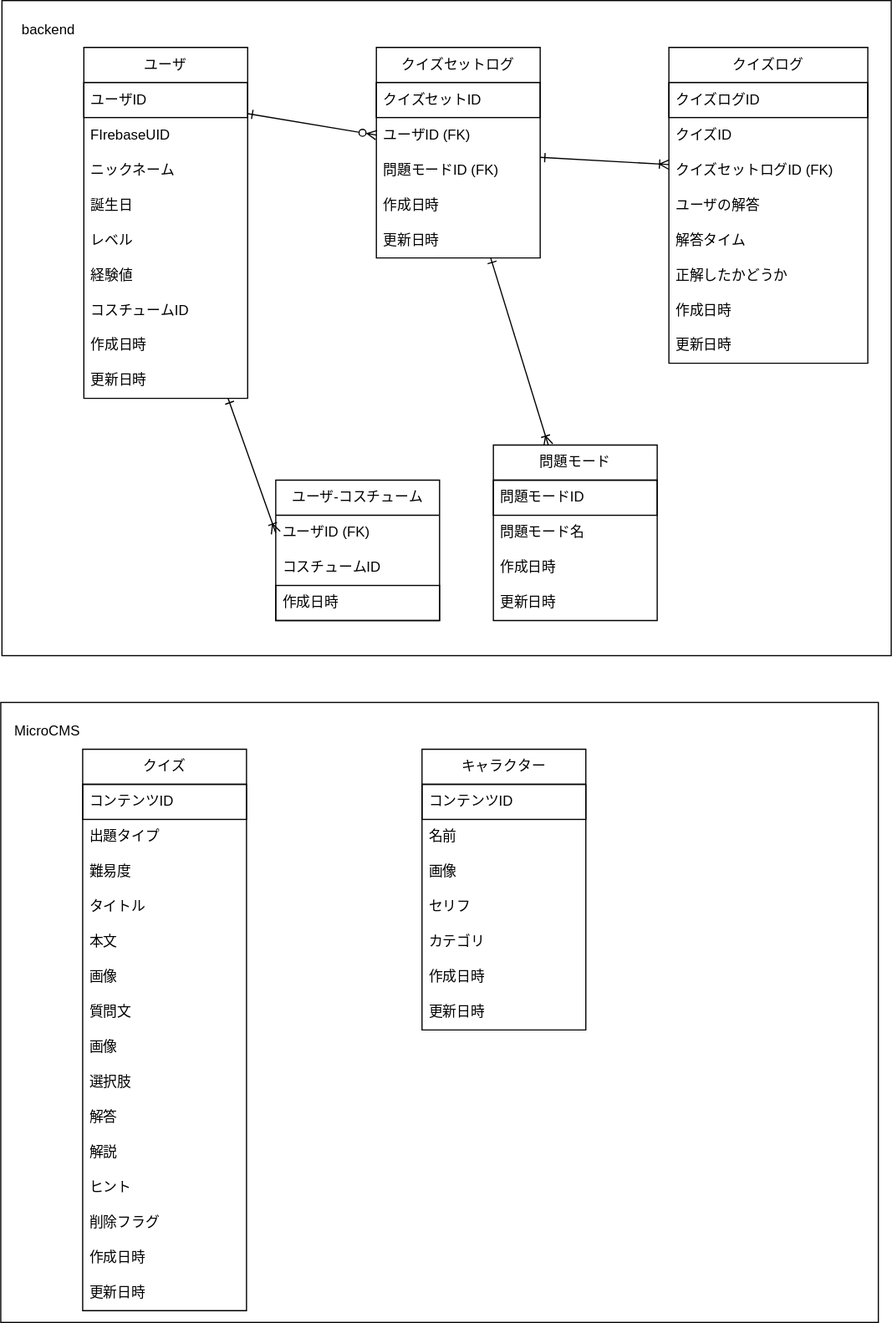
This is docs/db.drawio.svg from kouxi08/Hontokun-backend, a draw.io export, as it was before one commit. Source tidied: cells renumbered, new cells last; positions are measured from the earlier drawing's top-left corner, leaving out a move shared by most shapes.
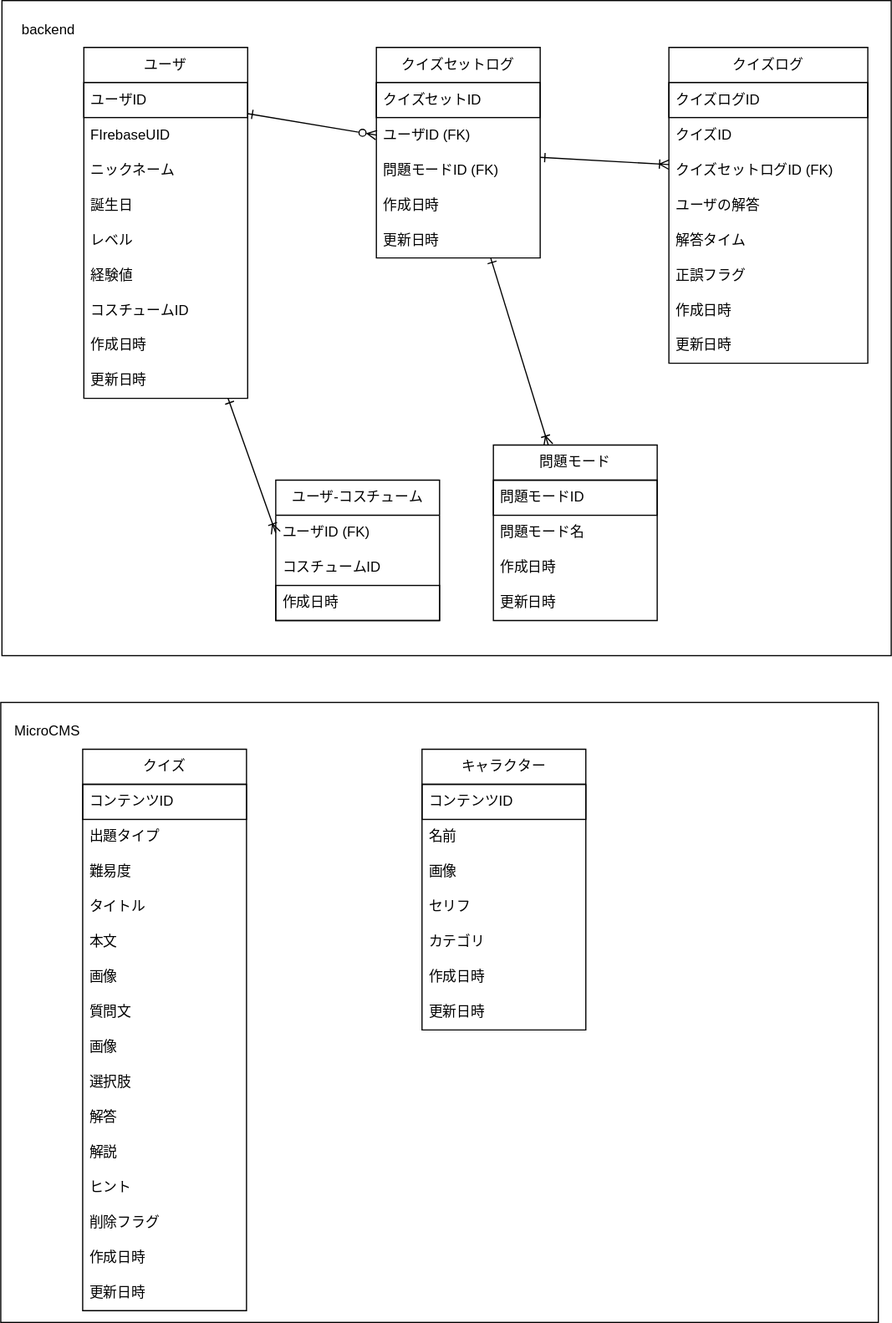
After the change.

Commit message:
[fix] refs 2 正解したかどうか→正誤フラグに修正

Change to the diagram source:
```diff
@@ -85,7 +85,7 @@
     <mxCell id="28" value="解答タイム" style="text;strokeColor=none;fillColor=none;align=left;verticalAlign=middle;spacingLeft=4;spacingRight=4;overflow=hidden;whiteSpace=wrap;html=1;" parent="23" vertex="1">
       <mxGeometry y="150" width="170" height="30" as="geometry" />
     </mxCell>
-    <mxCell id="29" value="正解したかどうか" style="text;strokeColor=none;fillColor=none;align=left;verticalAlign=middle;spacingLeft=4;spacingRight=4;overflow=hidden;whiteSpace=wrap;html=1;" parent="23" vertex="1">
+    <mxCell id="29" value="正誤フラグ" style="text;strokeColor=none;fillColor=none;align=left;verticalAlign=middle;spacingLeft=4;spacingRight=4;overflow=hidden;whiteSpace=wrap;html=1;" parent="23" vertex="1">
       <mxGeometry y="180" width="170" height="30" as="geometry" />
     </mxCell>
     <mxCell id="30" value="作成日時" style="text;strokeColor=none;fillColor=none;align=left;verticalAlign=middle;spacingLeft=4;spacingRight=4;overflow=hidden;whiteSpace=wrap;html=1;" parent="23" vertex="1">
```
